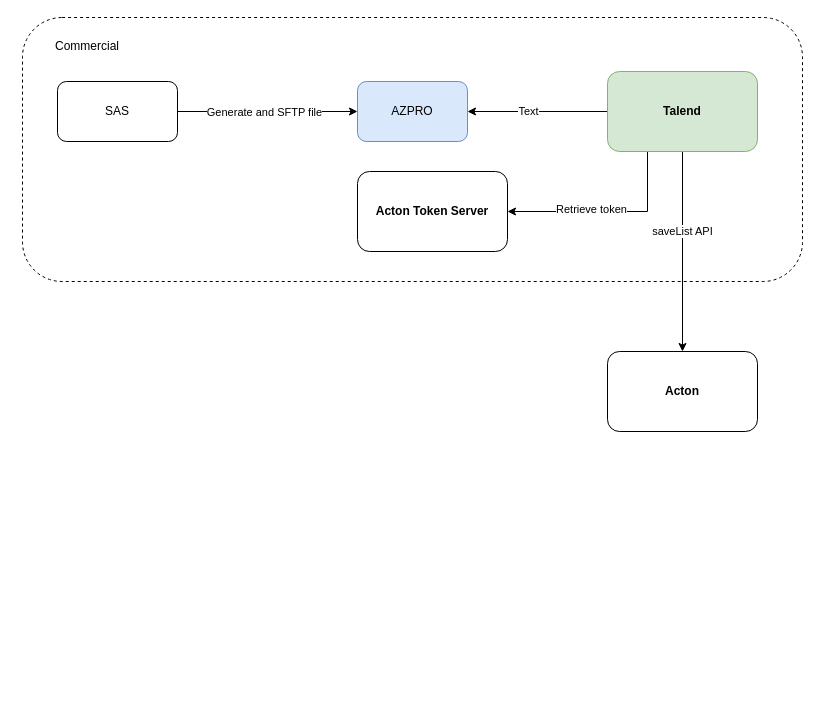
The draw.io diagram page "Page-2" (2 of 2) of drawings/Rebates Acton.drawio in AarellanoH/draw_io, before the edit. Source tidied: cells renumbered, new cells numbered last; positions are measured from the earlier drawing's top-left corner, leaving out a move shared by most shapes. Both pictures are drawn from the tidied source at 100%, with x=0, y=0 at pixel (22, 17). Pictures stored in the file or linked from it are replaced by grey dashed boxes.
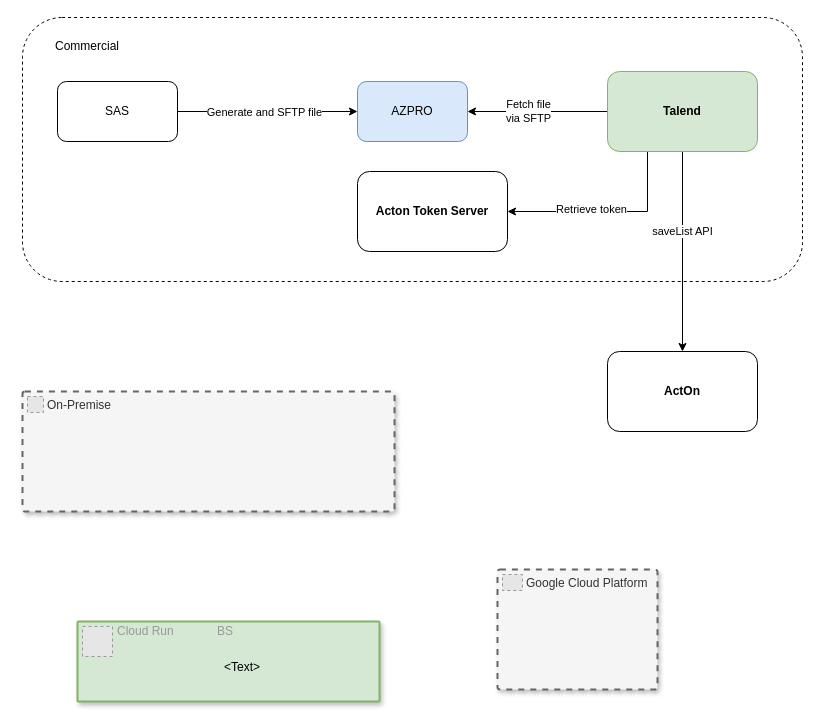
Above is the later version.

Unchanged cells that the change refers to:
```xml
<mxCell id="7" style="edgeStyle=orthogonalEdgeStyle;rounded=0;jettySize=auto;html=1;entryX=1;entryY=0.5;entryDx=0;entryDy=0;" parent="1" edge="1" source="13" target="6">
  <mxGeometry relative="1" as="geometry" />
</mxCell>
```

The edit, as a diff of the source:
```diff
@@
-    <mxCell id="8" value="Text" style="edgeLabel;html=1;align=center;verticalAlign=middle;" parent="7" vertex="1">
+    <mxCell id="8" value="Fetch file&lt;div&gt;via SFTP&lt;/div&gt;" style="edgeLabel;html=1;align=center;verticalAlign=middle;" parent="7" vertex="1">
       <mxGeometry x="0.14" y="-1" relative="1" as="geometry" />
     </mxCell>
@@
-    <mxCell id="15" value="&lt;div&gt;&lt;b&gt;Acton&lt;/b&gt;&lt;/div&gt;" style="rounded=1;whiteSpace=wrap;html=1;" parent="1" vertex="1">
+    <mxCell id="15" value="&lt;div&gt;&lt;b&gt;ActOn&lt;/b&gt;&lt;/div&gt;" style="rounded=1;whiteSpace=wrap;html=1;" parent="1" vertex="1">
       <mxGeometry x="585" y="334" width="150" height="80" as="geometry" />
     </mxCell>
@@
+    <mxCell id="18" value="On-Premise" style="rounded=1;whiteSpace=wrap;html=1;strokeWidth=2;fillColor=#f5f5f5;strokeColor=#666666;dashed=1;shadow=1;arcSize=2;verticalAlign=top;align=left;spacingLeft=23;fontColor=#333333;" parent="1" vertex="1">
+      <mxGeometry y="374" width="372" height="120" as="geometry" />
+    </mxCell>
+    <mxCell id="19" style="fillColor=#E6E6E6;strokeColor=#999999;dashed=1;" parent="18" vertex="1">
+      <mxGeometry x="5" y="5" width="16" height="16" as="geometry" />
+    </mxCell>
+    <mxCell id="20" value="&lt;Text&gt;" style="strokeColor=#82b366;shadow=1;strokeWidth=2;rounded=1;absoluteArcSize=1;arcSize=2;fillColor=#d5e8d4;spacingTop=10;spacingLeft=28;" parent="1" vertex="1">
+      <mxGeometry x="55" y="604" width="302" height="80" as="geometry" />
+    </mxCell>
+    <mxCell id="21" value="Cloud Run" style="fillColor=#E6E6E6;strokeColor=#999999;dashed=1;html=1;fontColor=#999999;verticalLabelPosition=middle;verticalAlign=top;labelPosition=right;align=left;spacingLeft=5;spacingTop=-7;spacing=0;" parent="20" vertex="1">
+      <mxGeometry width="30" height="30" relative="1" as="geometry">
+        <mxPoint x="5" y="5" as="offset" />
+      </mxGeometry>
+    </mxCell>
+    <mxCell id="22" value="BS" style="text;html=1;align=right;verticalAlign=top;whiteSpace=wrap;rounded=0;spacing=4;spacingTop=-6;fontColor=#999999;" parent="20" vertex="1">
+      <mxGeometry x="138" width="22" height="15" as="geometry" />
+    </mxCell>
+    <mxCell id="23" value="Google Cloud Platform" style="rounded=1;whiteSpace=wrap;html=1;strokeWidth=2;fillColor=#f5f5f5;strokeColor=#666666;dashed=1;shadow=1;arcSize=2;verticalAlign=top;align=left;spacingLeft=27;fontColor=#333333;" parent="1" vertex="1">
+      <mxGeometry x="475" y="552" width="160" height="120" as="geometry" />
+    </mxCell>
+    <mxCell id="24" style="fillColor=#E6E6E6;strokeColor=#999999;dashed=1;" parent="23" vertex="1">
+      <mxGeometry x="5" y="5" width="19.9" height="16" as="geometry" />
+    </mxCell>
```
